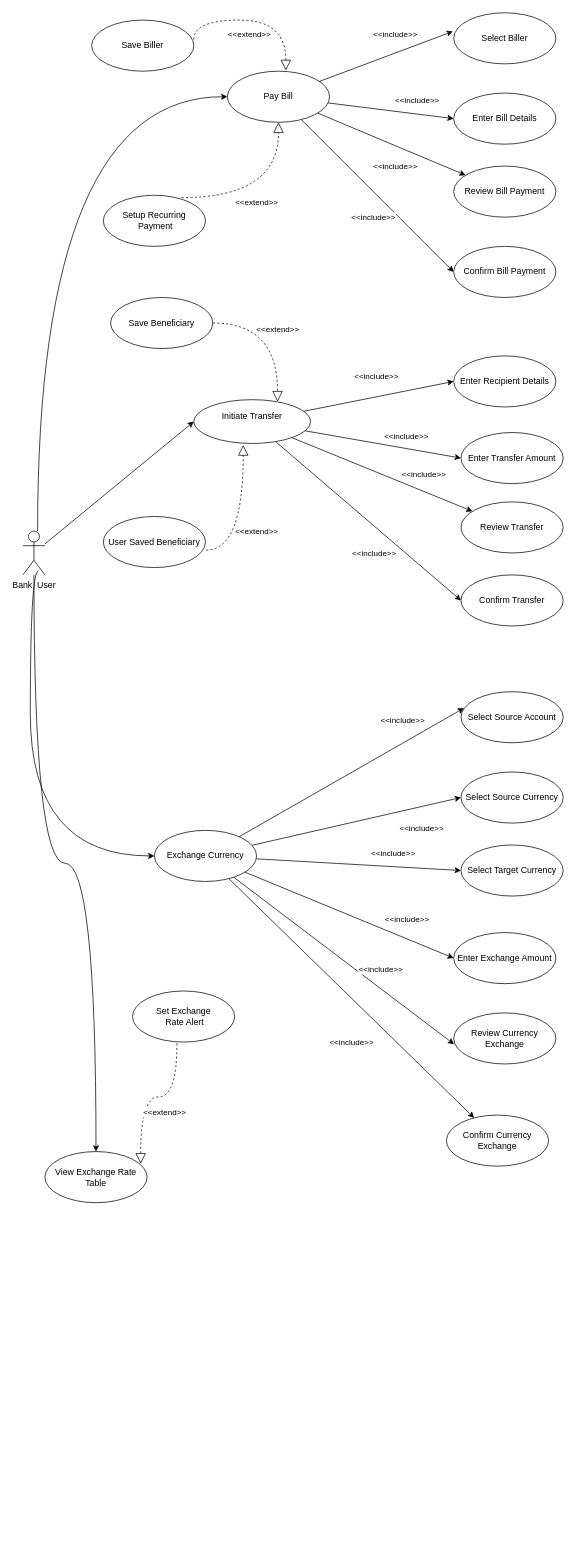
Earlier version of the draw.io diagram UseCaseDiagram.drawio (925Team-B/UBB-SE-2026-TeamB). Source tidied: cells renumbered, new cells numbered last; positions are measured from the earlier drawing's top-left corner, leaving out a move shared by most shapes. Both pictures are drawn from the tidied source at 73%, with x=0, y=0 at pixel (23, 12).
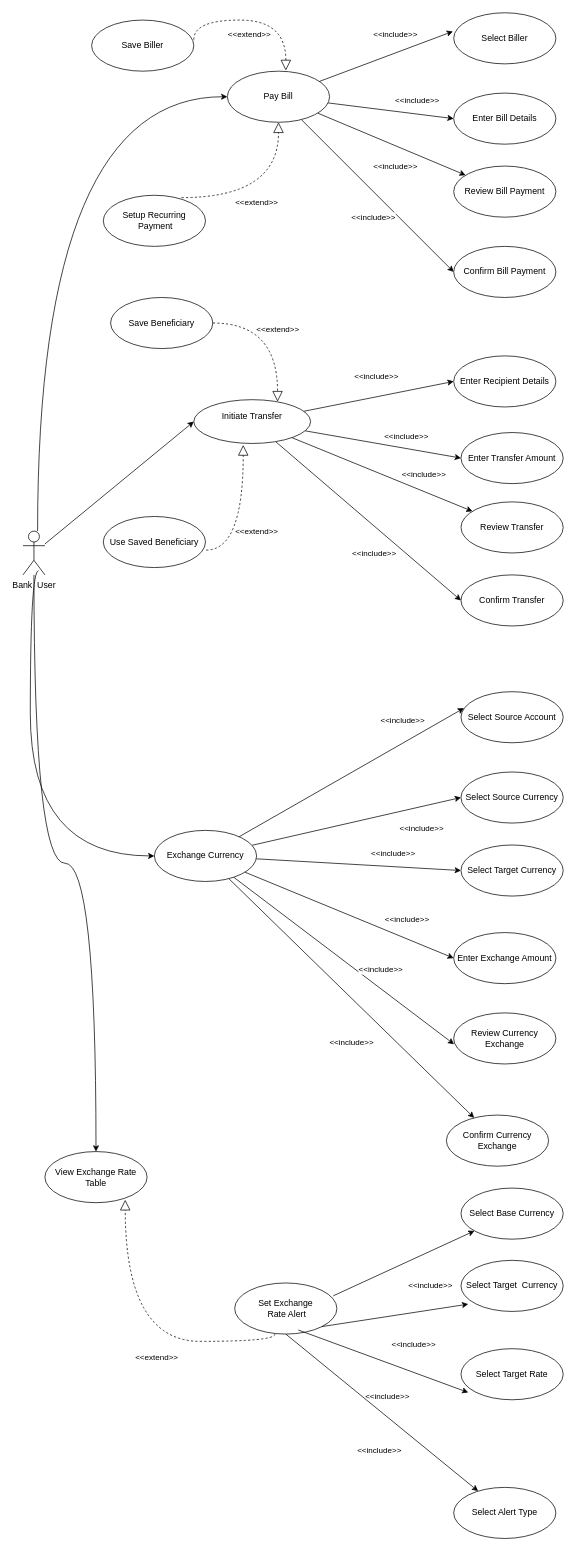
The same page after the edit.

The change refers to these unchanged cells:
```xml
<mxCell id="48" value="View Exchange Rate Table" style="ellipse;whiteSpace=wrap;html=1;" parent="1" vertex="1">
  <mxGeometry x="30" y="1560" width="140" height="70" as="geometry" />
</mxCell>
```

Diff of the diagram source:
```diff
@@
     <mxCell id="38" value="Set Exchange&lt;div&gt;&amp;nbsp;Rate Alert&lt;/div&gt;" style="ellipse;whiteSpace=wrap;html=1;" parent="1" vertex="1">
-      <mxGeometry x="150" y="1340" width="140" height="70" as="geometry" />
+      <mxGeometry x="290" y="1740" width="140" height="70" as="geometry" />
     </mxCell>
@@
-    <mxCell id="40" value="User Saved Beneficiary" style="ellipse;whiteSpace=wrap;html=1;" parent="1" vertex="1">
+    <mxCell id="40" value="Use Saved Beneficiary" style="ellipse;whiteSpace=wrap;html=1;" parent="1" vertex="1">
       <mxGeometry x="110" y="690" width="140" height="70" as="geometry" />
     </mxCell>
@@
-    <mxCell id="47" value="&amp;lt;&amp;lt;extend&amp;gt;&amp;gt;" style="endArrow=block;dashed=1;endFill=0;endSize=12;html=1;rounded=0;entryX=0.937;entryY=0.239;entryDx=0;entryDy=0;entryPerimeter=0;exitX=0.435;exitY=1.024;exitDx=0;exitDy=0;exitPerimeter=0;edgeStyle=orthogonalEdgeStyle;curved=1;" parent="1" edge="1" source="38" target="48">
-      <mxGeometry x="-0.16" y="22" relative="1" as="geometry" />
+    <mxCell id="47" value="&amp;lt;&amp;lt;extend&amp;gt;&amp;gt;" style="endArrow=block;dashed=1;endFill=0;endSize=12;html=1;rounded=0;entryX=0.937;entryY=0.239;entryDx=0;entryDy=0;entryPerimeter=0;exitX=0.394;exitY=1.002;exitDx=0;exitDy=0;exitPerimeter=0;edgeStyle=orthogonalEdgeStyle;curved=1;" parent="1" edge="1" source="38">
+      <mxGeometry x="-0.16" y="22" relative="1" as="geometry">
+        <mxPoint x="140" y="1626" as="targetPoint" />
+      </mxGeometry>
     </mxCell>
@@
+    <mxCell id="50" value="Select Base Currency" style="ellipse;whiteSpace=wrap;html=1;" parent="1" vertex="1">
+      <mxGeometry x="600" y="1610" width="140" height="70" as="geometry" />
+    </mxCell>
+    <mxCell id="51" value="Select Target&amp;nbsp; Currency" style="ellipse;whiteSpace=wrap;html=1;" parent="1" vertex="1">
+      <mxGeometry x="600" y="1709" width="140" height="70" as="geometry" />
+    </mxCell>
+    <mxCell id="52" value="Select Target Rate" style="ellipse;whiteSpace=wrap;html=1;" parent="1" vertex="1">
+      <mxGeometry x="600" y="1830" width="140" height="70" as="geometry" />
+    </mxCell>
+    <mxCell id="53" value="Select Alert Type" style="ellipse;whiteSpace=wrap;html=1;" parent="1" vertex="1">
+      <mxGeometry x="590" y="2020" width="140" height="70" as="geometry" />
+    </mxCell>
+    <mxCell id="54" value="&amp;lt;&amp;lt;include&amp;gt;&amp;gt;" style="rounded=0;jettySize=auto;html=1;exitX=0.965;exitY=0.251;exitDx=0;exitDy=0;exitPerimeter=0;" parent="1" edge="1" source="38" target="50">
+      <mxGeometry x="0.18" y="-43" relative="1" as="geometry" />
+    </mxCell>
+    <mxCell id="55" value="&amp;lt;&amp;lt;include&amp;gt;&amp;gt;" style="rounded=0;jettySize=auto;html=1;exitX=1;exitY=1;exitDx=0;exitDy=0;entryX=0.071;entryY=0.857;entryDx=0;entryDy=0;entryPerimeter=0;" parent="1" edge="1" source="38" target="51">
+      <mxGeometry x="0.18" y="-43" relative="1" as="geometry" />
+    </mxCell>
+    <mxCell id="56" value="&amp;lt;&amp;lt;include&amp;gt;&amp;gt;" style="rounded=0;jettySize=auto;html=1;exitX=0.622;exitY=0.92;exitDx=0;exitDy=0;exitPerimeter=0;entryX=0.071;entryY=0.857;entryDx=0;entryDy=0;entryPerimeter=0;" parent="1" edge="1" source="38" target="52">
+      <mxGeometry x="0.18" y="-43" relative="1" as="geometry" />
+    </mxCell>
+    <mxCell id="57" value="&amp;lt;&amp;lt;include&amp;gt;&amp;gt;" style="rounded=0;jettySize=auto;html=1;exitX=0.5;exitY=1;exitDx=0;exitDy=0;" parent="1" edge="1" source="38" target="53">
+      <mxGeometry x="0.18" y="-43" relative="1" as="geometry" />
+    </mxCell>
```
